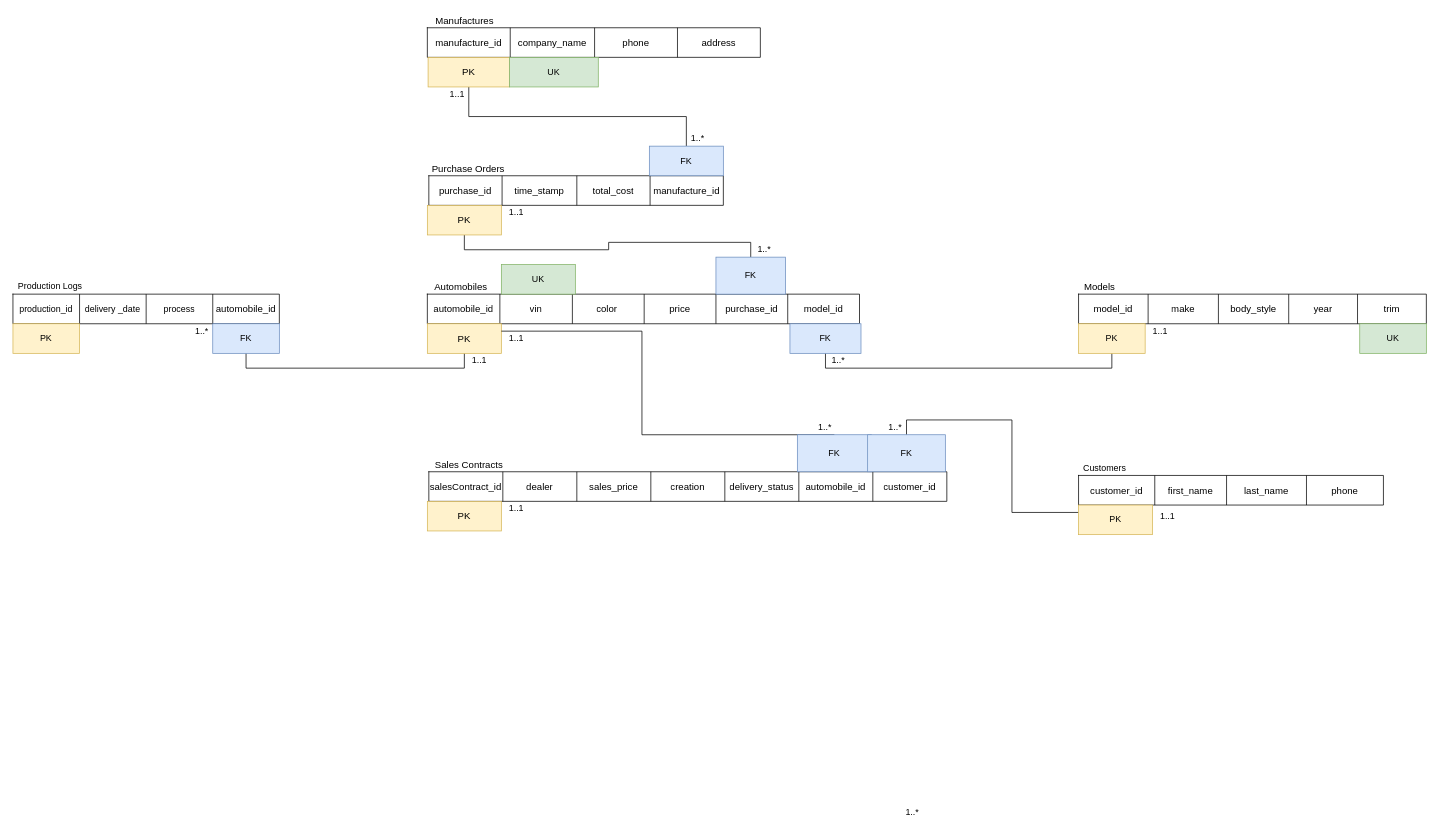
AnthraciteData/CECS-323- keeps this draw.io diagram as Untitled Diagram.drawio. Above is the earlier version. Source tidied: cells renumbered, new cells numbered last; positions are measured from the earlier drawing's top-left corner, leaving out a move shared by most shapes. Both pictures are drawn from the tidied source at 74%, with x=0, y=0 at pixel (13, 13).
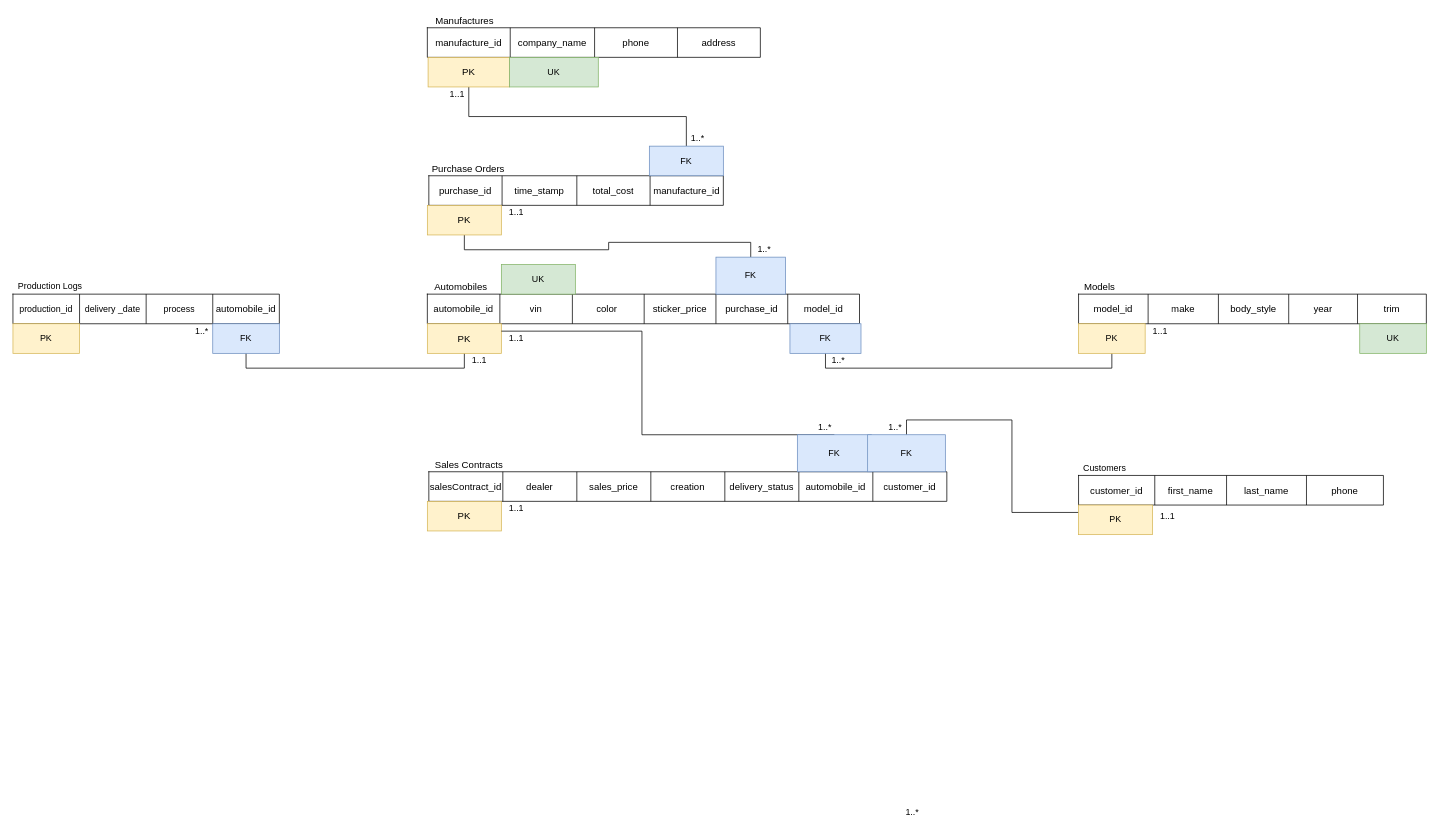
The same diagram, later.

Unchanged cells that the change refers to:
```xml
<mxCell id="10" style="shape=tableRow;horizontal=0;startSize=0;swimlaneHead=0;swimlaneBody=0;top=0;left=0;bottom=0;right=0;fillColor=none;fontSize=13;" parent="9" vertex="1">
  <mxGeometry width="584" height="40" as="geometry" />
</mxCell>
```

What changed in the source:
```diff
@@
-    <mxCell id="14" value="price" style="shape=partialRectangle;html=1;whiteSpace=wrap;fillColor=none;top=0;left=0;bottom=0;right=0;overflow=hidden;fontSize=13;" parent="10" vertex="1">
+    <mxCell id="14" value="sticker_price" style="shape=partialRectangle;html=1;whiteSpace=wrap;fillColor=none;top=0;left=0;bottom=0;right=0;overflow=hidden;fontSize=13;" parent="10" vertex="1">
       <mxGeometry x="293" width="97" height="40" as="geometry" />
     </mxCell>
```
